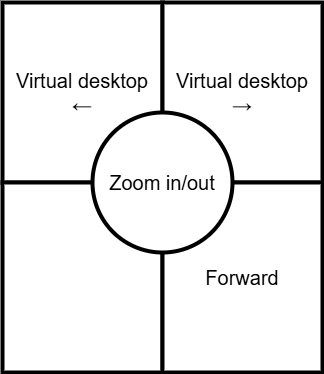
The draw.io diagram img/slimblade_Left_lower.dio.png in saitoperf/autohotkey, before a commit. Source tidied: cells renumbered, new cells last; positions are measured from the earlier drawing's top-left corner, leaving out a move shared by most shapes.
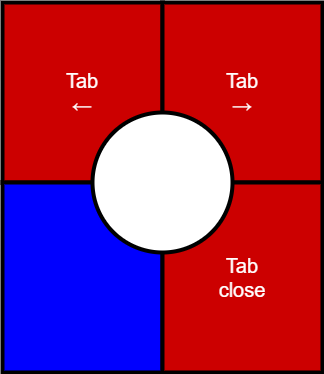
The same file after the commit.

Change to the diagram source:
```diff
@@ -1,21 +1,21 @@
-<mxGraphModel>
+<mxGraphModel shadow="1">
   <root>
     <mxCell id="0" />
     <mxCell id="1" parent="0" />
-    <mxCell id="2" value="Virtual desktop&lt;br&gt;←" style="rounded=0;whiteSpace=wrap;fillColor=light-dark(#FFFFFF,#CC0000);strokeWidth=4;fontSize=20;html=1;" parent="1" vertex="1">
+    <mxCell id="2" value="Tab&lt;br&gt;←" style="rounded=0;whiteSpace=wrap;fillColor=light-dark(#CC0000,#CC0000);strokeWidth=4;fontSize=20;html=1;fontColor=#FFFFFF;" parent="1" vertex="1">
       <mxGeometry width="160" height="180" as="geometry" />
     </mxCell>
-    <mxCell id="3" style="rounded=0;whiteSpace=wrap;fillColor=light-dark(#FFFFFF,#0000FF);strokeWidth=4;fontSize=20;html=1;" parent="1" vertex="1">
+    <mxCell id="3" style="rounded=0;whiteSpace=wrap;fillColor=light-dark(#0000FF,#0000FF);strokeWidth=4;fontSize=20;html=1;" parent="1" vertex="1">
       <mxGeometry y="180" width="160" height="190" as="geometry" />
     </mxCell>
-    <mxCell id="4" value="Virtual desktop&#10;→" style="rounded=0;whiteSpace=wrap;fillColor=light-dark(#FFFFFF,#CC0000);strokeWidth=4;fontSize=20;" parent="1" vertex="1">
+    <mxCell id="4" value="Tab&#10;→" style="rounded=0;whiteSpace=wrap;fillColor=light-dark(#CC0000,#CC0000);strokeWidth=4;fontSize=20;fontColor=#FFFFFF;" parent="1" vertex="1">
       <mxGeometry x="160" width="160" height="180" as="geometry" />
     </mxCell>
-    <mxCell id="5" value="Forward" style="rounded=0;whiteSpace=wrap;fillColor=light-dark(#FFFFFF,#CC0000);strokeWidth=4;fontSize=20;html=1;" parent="1" vertex="1">
+    <mxCell id="5" value="Tab&lt;br&gt;close" style="rounded=0;whiteSpace=wrap;fillColor=light-dark(#CC0000,#CC0000);strokeWidth=4;fontSize=20;html=1;fontColor=#FFFFFF;" parent="1" vertex="1">
       <mxGeometry x="160" y="180" width="160" height="190" as="geometry" />
     </mxCell>
-    <mxCell id="6" value="Zoom in/out" style="ellipse;whiteSpace=wrap;html=1;strokeWidth=4;fontSize=20;fillColor=light-dark(#FFFFFF,#CC0000);" parent="1" vertex="1">
-      <mxGeometry x="90" y="110" width="140" height="140" as="geometry" />
-    </mxCell>
+    <mxCell id="7" style="ellipse;whiteSpace=wrap;html=1;strokeWidth=4;" parent="1" vertex="1">
+      <mxGeometry x="90" y="110" width="140" height="140" as="geometry" />
+    </mxCell>
   </root>
 </mxGraphModel>
```
